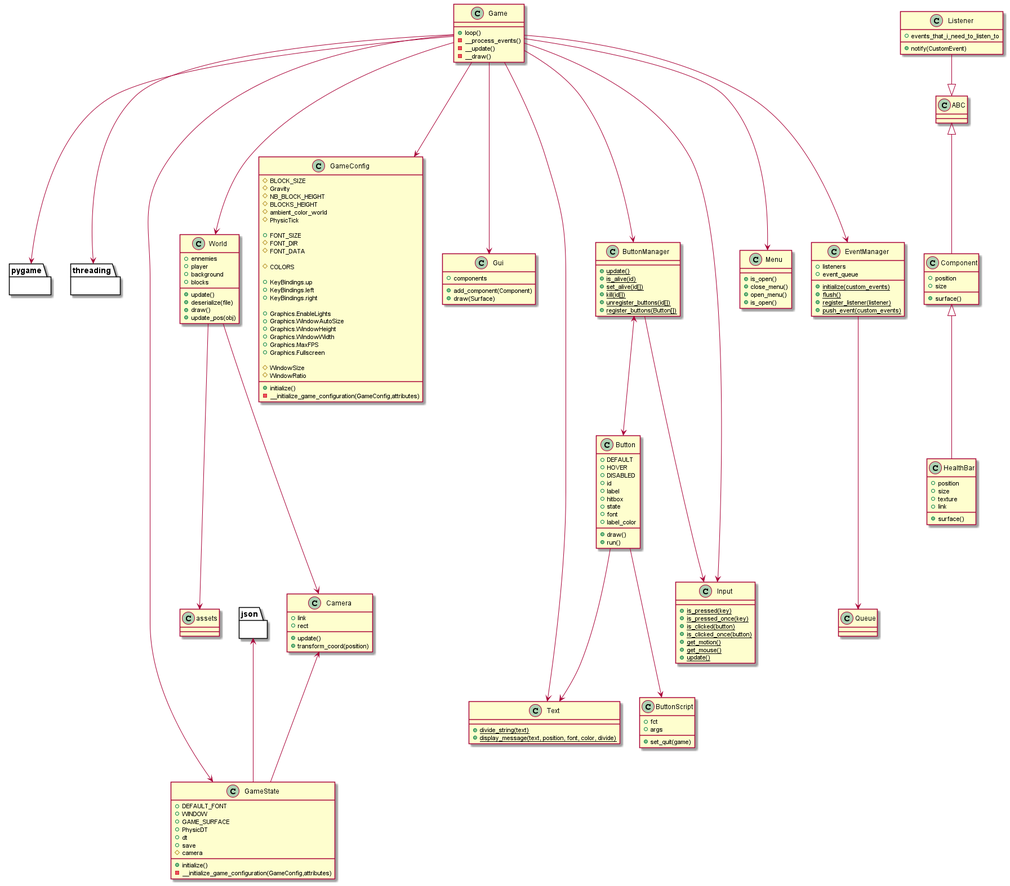
Above: uml/Jeu.png in AquaBx/SlimeGame (PlantUML), before the change.
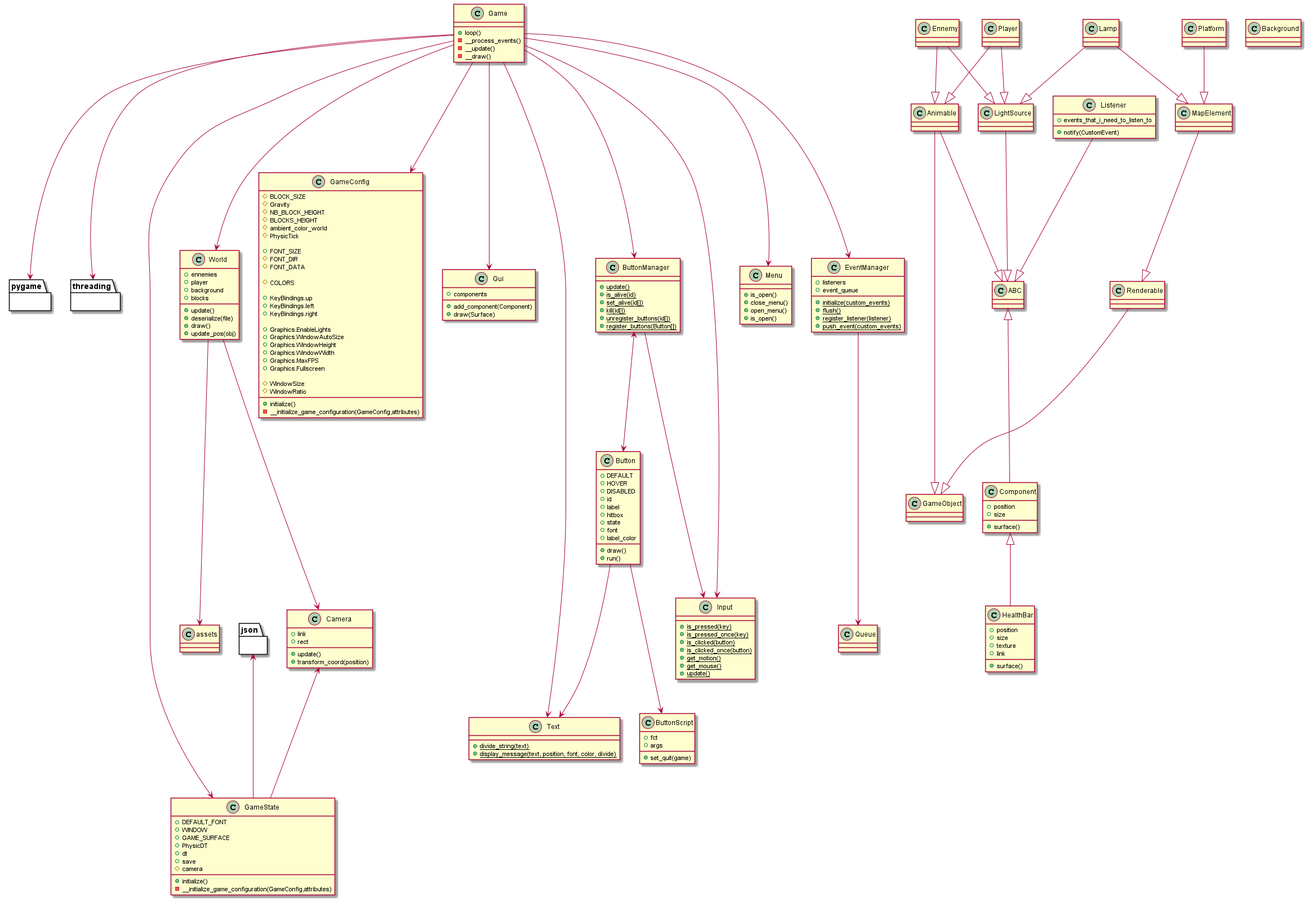
Later version of the same file.

What changed in the source:
```diff
@@ -162,6 +162,37 @@
     + {static} push_event(custom_events)
 }
 
+class Animable{}
+class Ennemy{}
+
+class MapElement{}
+class Platform{}
+class Background{}
+class Lamp{}
+
+class GameObject{}
+class LightSource{}
+class Player{}
+class Renderable{}
+
+Renderable    --|> GameObject
+
+Animable        --|> GameObject
+Animable        --|> ABC
+
+Ennemy        --|> Animable
+Ennemy        --|> LightSource
+
+Player        --|> Animable
+Player        --|> LightSource
+
+LightSource    --|> ABC
+
+MapElement    --|> Renderable
+Platform      --|> MapElement
+Lamp          --|> MapElement
+Lamp          --|> LightSource
+
 Game          ---> pygame
 
 Listener     --|> ABC
```
